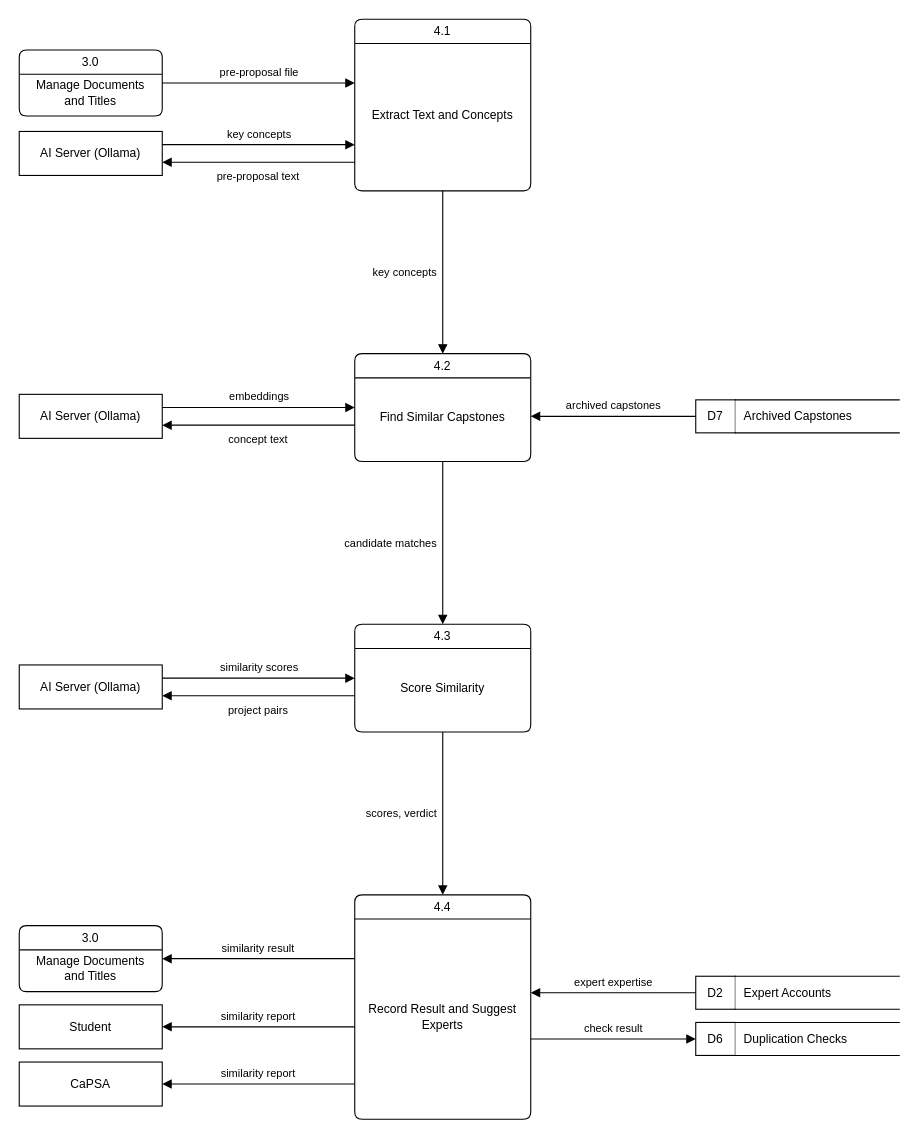
Before: page "DFD Level 1 - 4.0 Check Duplication" (7 of 15) of docs/diagrams/capstrack-diagrams-all.drawio in M21thony/capstrack, a draw.io diagram. Source tidied: cells renumbered, new cells numbered last; positions are measured from the earlier drawing's top-left corner, leaving out a move shared by most shapes. Both pictures are drawn from the tidied source at 110%, with x=0, y=0 at pixel (19, 19).
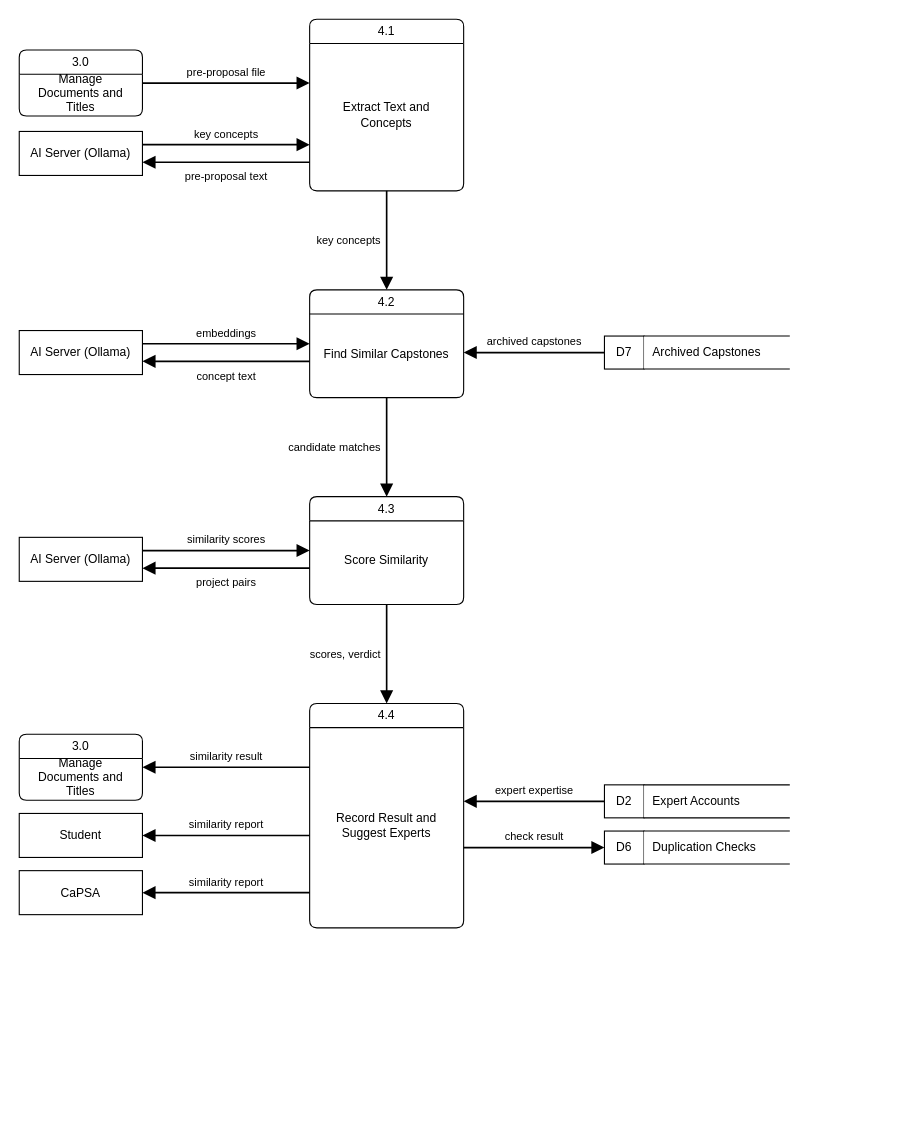
The same diagram, later.

Change to the diagram source:
```diff
@@
     <mxCell id="2" value="4.1" style="swimlane;shape=swimlane;rounded=1;arcSize=10;startSize=22;html=1;whiteSpace=wrap;fillColor=#ffffff;swimlaneFillColor=#ffffff;fontStyle=0;fontSize=11;strokeColor=#000000;fontFamily=Helvetica;fontColor=#000000;" parent="1" vertex="1">
-      <mxGeometry x="305" width="160" height="156" as="geometry" />
+      <mxGeometry x="264" width="140" height="156" as="geometry" />
     </mxCell>
     <mxCell id="3" value="Extract Text and Concepts" style="text;html=1;strokeColor=none;fillColor=none;align=center;verticalAlign=middle;whiteSpace=wrap;fontSize=11;fontFamily=Helvetica;fontColor=#000000;" parent="2" vertex="1">
-      <mxGeometry x="6" y="22" width="148" height="130" as="geometry" />
+      <mxGeometry x="6" y="22" width="128" height="130" as="geometry" />
     </mxCell>
     <mxCell id="4" value="3.0" style="swimlane;shape=swimlane;rounded=1;arcSize=10;startSize=22;html=1;whiteSpace=wrap;fillColor=#ffffff;swimlaneFillColor=#ffffff;fontStyle=0;fontSize=11;strokeColor=#000000;fontFamily=Helvetica;fontColor=#000000;" parent="1" vertex="1">
-      <mxGeometry y="28" width="130" height="60" as="geometry" />
+      <mxGeometry y="28" width="112" height="60" as="geometry" />
     </mxCell>
     <mxCell id="5" value="Manage Documents and Titles" style="text;html=1;strokeColor=none;fillColor=none;align=center;verticalAlign=middle;whiteSpace=wrap;fontSize=11;fontFamily=Helvetica;fontColor=#000000;" parent="4" vertex="1">
-      <mxGeometry x="6" y="22" width="118" height="34" as="geometry" />
+      <mxGeometry x="6" y="22" width="100" height="34" as="geometry" />
     </mxCell>
-    <mxCell id="6" value="pre-proposal file" style="edgeStyle=orthogonalEdgeStyle;rounded=0;html=1;endArrow=block;endFill=1;endSize=6;startArrow=none;strokeColor=#000000;fontFamily=Helvetica;fontColor=#000000;fontSize=10;labelBackgroundColor=#ffffff;verticalAlign=bottom;exitX=1;exitY=0.5;exitDx=0;exitDy=0;entryX=0;entryY=0.371795;entryDx=0;entryDy=0;" parent="1" edge="1" source="4" target="2">
+    <mxCell id="6" value="pre-proposal file" style="edgeStyle=orthogonalEdgeStyle;rounded=0;html=1;endArrow=block;endFill=1;endSize=8;strokeWidth=1.5;startArrow=none;strokeColor=#000000;fontFamily=Helvetica;fontColor=#000000;fontSize=10;labelBackgroundColor=#ffffff;verticalAlign=bottom;exitX=1;exitY=0.5;exitDx=0;exitDy=0;entryX=0;entryY=0.371795;entryDx=0;entryDy=0;" parent="1" edge="1" source="4" target="2">
       <mxGeometry relative="1" as="geometry">
         <mxPoint y="-1" as="offset" />
       </mxGeometry>
     </mxCell>
     <mxCell id="7" value="AI Server (Ollama)" style="rounded=0;whiteSpace=wrap;html=1;fillColor=#ffffff;fontSize=11;strokeColor=#000000;fontFamily=Helvetica;fontColor=#000000;" parent="1" vertex="1">
-      <mxGeometry y="102" width="130" height="40" as="geometry" />
+      <mxGeometry y="102" width="112" height="40" as="geometry" />
     </mxCell>
-    <mxCell id="8" value="key concepts" style="edgeStyle=orthogonalEdgeStyle;rounded=0;html=1;endArrow=block;endFill=1;endSize=6;startArrow=none;strokeColor=#000000;fontFamily=Helvetica;fontColor=#000000;fontSize=10;labelBackgroundColor=#ffffff;verticalAlign=bottom;exitX=1;exitY=0.3;exitDx=0;exitDy=0;entryX=0;entryY=0.730769;entryDx=0;entryDy=0;" parent="1" edge="1" source="7" target="2">
+    <mxCell id="8" value="key concepts" style="edgeStyle=orthogonalEdgeStyle;rounded=0;html=1;endArrow=block;endFill=1;endSize=8;strokeWidth=1.5;startArrow=none;strokeColor=#000000;fontFamily=Helvetica;fontColor=#000000;fontSize=10;labelBackgroundColor=#ffffff;verticalAlign=bottom;exitX=1;exitY=0.3;exitDx=0;exitDy=0;entryX=0;entryY=0.730769;entryDx=0;entryDy=0;" parent="1" edge="1" source="7" target="2">
       <mxGeometry relative="1" as="geometry">
         <mxPoint y="-1" as="offset" />
       </mxGeometry>
     </mxCell>
-    <mxCell id="9" value="pre-proposal text" style="edgeStyle=orthogonalEdgeStyle;rounded=0;html=1;endArrow=block;endFill=1;endSize=6;startArrow=none;strokeColor=#000000;fontFamily=Helvetica;fontColor=#000000;fontSize=10;labelBackgroundColor=#ffffff;verticalAlign=top;exitX=0;exitY=0.833333;exitDx=0;exitDy=0;entryX=1;entryY=0.7;entryDx=0;entryDy=0;" parent="1" edge="1" source="2" target="7">
+    <mxCell id="9" value="pre-proposal text" style="edgeStyle=orthogonalEdgeStyle;rounded=0;html=1;endArrow=block;endFill=1;endSize=8;strokeWidth=1.5;startArrow=none;strokeColor=#000000;fontFamily=Helvetica;fontColor=#000000;fontSize=10;labelBackgroundColor=#ffffff;verticalAlign=top;exitX=0;exitY=0.833333;exitDx=0;exitDy=0;entryX=1;entryY=0.7;entryDx=0;entryDy=0;" parent="1" edge="1" source="2" target="7">
       <mxGeometry relative="1" as="geometry">
         <mxPoint y="1" as="offset" />
       </mxGeometry>
     </mxCell>
     <mxCell id="10" value="4.2" style="swimlane;shape=swimlane;rounded=1;arcSize=10;startSize=22;html=1;whiteSpace=wrap;fillColor=#ffffff;swimlaneFillColor=#ffffff;fontStyle=0;fontSize=11;strokeColor=#000000;fontFamily=Helvetica;fontColor=#000000;" parent="1" vertex="1">
-      <mxGeometry x="305" y="304" width="160" height="98" as="geometry" />
+      <mxGeometry x="264" y="246" width="140" height="98" as="geometry" />
     </mxCell>
     <mxCell id="11" value="Find Similar Capstones" style="text;html=1;strokeColor=none;fillColor=none;align=center;verticalAlign=middle;whiteSpace=wrap;fontSize=11;fontFamily=Helvetica;fontColor=#000000;" parent="10" vertex="1">
-      <mxGeometry x="6" y="22" width="148" height="72" as="geometry" />
+      <mxGeometry x="6" y="22" width="128" height="72" as="geometry" />
     </mxCell>
     <mxCell id="12" value="AI Server (Ollama)" style="rounded=0;whiteSpace=wrap;html=1;fillColor=#ffffff;fontSize=11;strokeColor=#000000;fontFamily=Helvetica;fontColor=#000000;" parent="1" vertex="1">
-      <mxGeometry y="341" width="130" height="40" as="geometry" />
+      <mxGeometry y="283" width="112" height="40" as="geometry" />
     </mxCell>
-    <mxCell id="13" value="embeddings" style="edgeStyle=orthogonalEdgeStyle;rounded=0;html=1;endArrow=block;endFill=1;endSize=6;startArrow=none;strokeColor=#000000;fontFamily=Helvetica;fontColor=#000000;fontSize=10;labelBackgroundColor=#ffffff;verticalAlign=bottom;exitX=1;exitY=0.3;exitDx=0;exitDy=0;entryX=0;entryY=0.5;entryDx=0;entryDy=0;" parent="1" edge="1" source="12" target="10">
+    <mxCell id="13" value="embeddings" style="edgeStyle=orthogonalEdgeStyle;rounded=0;html=1;endArrow=block;endFill=1;endSize=8;strokeWidth=1.5;startArrow=none;strokeColor=#000000;fontFamily=Helvetica;fontColor=#000000;fontSize=10;labelBackgroundColor=#ffffff;verticalAlign=bottom;exitX=1;exitY=0.3;exitDx=0;exitDy=0;entryX=0;entryY=0.5;entryDx=0;entryDy=0;" parent="1" edge="1" source="12" target="10">
       <mxGeometry relative="1" as="geometry">
         <mxPoint y="-1" as="offset" />
       </mxGeometry>
     </mxCell>
-    <mxCell id="14" value="concept text" style="edgeStyle=orthogonalEdgeStyle;rounded=0;html=1;endArrow=block;endFill=1;endSize=6;startArrow=none;strokeColor=#000000;fontFamily=Helvetica;fontColor=#000000;fontSize=10;labelBackgroundColor=#ffffff;verticalAlign=top;exitX=0;exitY=0.663265;exitDx=0;exitDy=0;entryX=1;entryY=0.7;entryDx=0;entryDy=0;" parent="1" edge="1" source="10" target="12">
+    <mxCell id="14" value="concept text" style="edgeStyle=orthogonalEdgeStyle;rounded=0;html=1;endArrow=block;endFill=1;endSize=8;strokeWidth=1.5;startArrow=none;strokeColor=#000000;fontFamily=Helvetica;fontColor=#000000;fontSize=10;labelBackgroundColor=#ffffff;verticalAlign=top;exitX=0;exitY=0.663265;exitDx=0;exitDy=0;entryX=1;entryY=0.7;entryDx=0;entryDy=0;" parent="1" edge="1" source="10" target="12">
       <mxGeometry relative="1" as="geometry">
         <mxPoint y="1" as="offset" />
       </mxGeometry>
     </mxCell>
     <mxCell id="15" style="rounded=0;html=1;fillColor=none;strokeColor=none;" parent="1" vertex="1">
-      <mxGeometry x="615" y="346" width="185" height="30" as="geometry" />
+      <mxGeometry x="532" y="288" width="168" height="30" as="geometry" />
     </mxCell>
@@
     <mxCell id="17" value="Archived Capstones" style="shape=partialRectangle;left=0;right=0;top=1;bottom=1;whiteSpace=wrap;html=1;align=left;spacingLeft=6;fillColor=#ffffff;fontSize=11;strokeColor=#000000;fontFamily=Helvetica;fontColor=#000000;" parent="15" vertex="1">
-      <mxGeometry x="36" width="149" height="30" as="geometry" />
+      <mxGeometry x="36" width="132" height="30" as="geometry" />
     </mxCell>
-    <mxCell id="18" value="archived capstones" style="edgeStyle=orthogonalEdgeStyle;rounded=0;html=1;endArrow=block;endFill=1;endSize=6;startArrow=none;strokeColor=#000000;fontFamily=Helvetica;fontColor=#000000;fontSize=10;labelBackgroundColor=#ffffff;verticalAlign=bottom;exitX=0;exitY=0.5;exitDx=0;exitDy=0;entryX=1;entryY=0.581633;entryDx=0;entryDy=0;" parent="1" edge="1" source="15" target="10">
+    <mxCell id="18" value="archived capstones" style="edgeStyle=orthogonalEdgeStyle;rounded=0;html=1;endArrow=block;endFill=1;endSize=8;strokeWidth=1.5;startArrow=none;strokeColor=#000000;fontFamily=Helvetica;fontColor=#000000;fontSize=10;labelBackgroundColor=#ffffff;verticalAlign=bottom;exitX=0;exitY=0.5;exitDx=0;exitDy=0;entryX=1;entryY=0.581633;entryDx=0;entryDy=0;" parent="1" edge="1" source="15" target="10">
       <mxGeometry relative="1" as="geometry">
         <mxPoint y="-1" as="offset" />
       </mxGeometry>
     </mxCell>
     <mxCell id="19" value="4.3" style="swimlane;shape=swimlane;rounded=1;arcSize=10;startSize=22;html=1;whiteSpace=wrap;fillColor=#ffffff;swimlaneFillColor=#ffffff;fontStyle=0;fontSize=11;strokeColor=#000000;fontFamily=Helvetica;fontColor=#000000;" parent="1" vertex="1">
-      <mxGeometry x="305" y="550" width="160" height="98" as="geometry" />
+      <mxGeometry x="264" y="434" width="140" height="98" as="geometry" />
     </mxCell>
     <mxCell id="20" value="Score Similarity" style="text;html=1;strokeColor=none;fillColor=none;align=center;verticalAlign=middle;whiteSpace=wrap;fontSize=11;fontFamily=Helvetica;fontColor=#000000;" parent="19" vertex="1">
-      <mxGeometry x="6" y="22" width="148" height="72" as="geometry" />
+      <mxGeometry x="6" y="22" width="128" height="72" as="geometry" />
     </mxCell>
     <mxCell id="21" value="AI Server (Ollama)" style="rounded=0;whiteSpace=wrap;html=1;fillColor=#ffffff;fontSize=11;strokeColor=#000000;fontFamily=Helvetica;fontColor=#000000;" parent="1" vertex="1">
-      <mxGeometry y="587" width="130" height="40" as="geometry" />
+      <mxGeometry y="471" width="112" height="40" as="geometry" />
     </mxCell>
-    <mxCell id="22" value="similarity scores" style="edgeStyle=orthogonalEdgeStyle;rounded=0;html=1;endArrow=block;endFill=1;endSize=6;startArrow=none;strokeColor=#000000;fontFamily=Helvetica;fontColor=#000000;fontSize=10;labelBackgroundColor=#ffffff;verticalAlign=bottom;exitX=1;exitY=0.3;exitDx=0;exitDy=0;entryX=0;entryY=0.5;entryDx=0;entryDy=0;" parent="1" edge="1" source="21" target="19">
+    <mxCell id="22" value="similarity scores" style="edgeStyle=orthogonalEdgeStyle;rounded=0;html=1;endArrow=block;endFill=1;endSize=8;strokeWidth=1.5;startArrow=none;strokeColor=#000000;fontFamily=Helvetica;fontColor=#000000;fontSize=10;labelBackgroundColor=#ffffff;verticalAlign=bottom;exitX=1;exitY=0.3;exitDx=0;exitDy=0;entryX=0;entryY=0.5;entryDx=0;entryDy=0;" parent="1" edge="1" source="21" target="19">
       <mxGeometry relative="1" as="geometry">
         <mxPoint y="-1" as="offset" />
       </mxGeometry>
     </mxCell>
-    <mxCell id="23" value="project pairs" style="edgeStyle=orthogonalEdgeStyle;rounded=0;html=1;endArrow=block;endFill=1;endSize=6;startArrow=none;strokeColor=#000000;fontFamily=Helvetica;fontColor=#000000;fontSize=10;labelBackgroundColor=#ffffff;verticalAlign=top;exitX=0;exitY=0.663265;exitDx=0;exitDy=0;entryX=1;entryY=0.7;entryDx=0;entryDy=0;" parent="1" edge="1" source="19" target="21">
+    <mxCell id="23" value="project pairs" style="edgeStyle=orthogonalEdgeStyle;rounded=0;html=1;endArrow=block;endFill=1;endSize=8;strokeWidth=1.5;startArrow=none;strokeColor=#000000;fontFamily=Helvetica;fontColor=#000000;fontSize=10;labelBackgroundColor=#ffffff;verticalAlign=top;exitX=0;exitY=0.663265;exitDx=0;exitDy=0;entryX=1;entryY=0.7;entryDx=0;entryDy=0;" parent="1" edge="1" source="19" target="21">
       <mxGeometry relative="1" as="geometry">
         <mxPoint y="1" as="offset" />
       </mxGeometry>
     </mxCell>
     <mxCell id="24" value="4.4" style="swimlane;shape=swimlane;rounded=1;arcSize=10;startSize=22;html=1;whiteSpace=wrap;fillColor=#ffffff;swimlaneFillColor=#ffffff;fontStyle=0;fontSize=11;strokeColor=#000000;fontFamily=Helvetica;fontColor=#000000;" parent="1" vertex="1">
-      <mxGeometry x="305" y="796" width="160" height="204" as="geometry" />
+      <mxGeometry x="264" y="622" width="140" height="204" as="geometry" />
     </mxCell>
     <mxCell id="25" value="Record Result and Suggest Experts" style="text;html=1;strokeColor=none;fillColor=none;align=center;verticalAlign=middle;whiteSpace=wrap;fontSize=11;fontFamily=Helvetica;fontColor=#000000;" parent="24" vertex="1">
-      <mxGeometry x="6" y="22" width="148" height="178" as="geometry" />
+      <mxGeometry x="6" y="22" width="128" height="178" as="geometry" />
     </mxCell>
     <mxCell id="26" value="3.0" style="swimlane;shape=swimlane;rounded=1;arcSize=10;startSize=22;html=1;whiteSpace=wrap;fillColor=#ffffff;swimlaneFillColor=#ffffff;fontStyle=0;fontSize=11;strokeColor=#000000;fontFamily=Helvetica;fontColor=#000000;" parent="1" vertex="1">
-      <mxGeometry y="824" width="130" height="60" as="geometry" />
+      <mxGeometry y="650" width="112" height="60" as="geometry" />
     </mxCell>
     <mxCell id="27" value="Manage Documents and Titles" style="text;html=1;strokeColor=none;fillColor=none;align=center;verticalAlign=middle;whiteSpace=wrap;fontSize=11;fontFamily=Helvetica;fontColor=#000000;" parent="26" vertex="1">
-      <mxGeometry x="6" y="22" width="118" height="34" as="geometry" />
+      <mxGeometry x="6" y="22" width="100" height="34" as="geometry" />
     </mxCell>
-    <mxCell id="28" value="similarity result" style="edgeStyle=orthogonalEdgeStyle;rounded=0;html=1;endArrow=block;endFill=1;endSize=6;startArrow=none;strokeColor=#000000;fontFamily=Helvetica;fontColor=#000000;fontSize=10;labelBackgroundColor=#ffffff;verticalAlign=bottom;exitX=0;exitY=0.284314;exitDx=0;exitDy=0;entryX=1;entryY=0.5;entryDx=0;entryDy=0;" parent="1" edge="1" source="24" target="26">
+    <mxCell id="28" value="similarity result" style="edgeStyle=orthogonalEdgeStyle;rounded=0;html=1;endArrow=block;endFill=1;endSize=8;strokeWidth=1.5;startArrow=none;strokeColor=#000000;fontFamily=Helvetica;fontColor=#000000;fontSize=10;labelBackgroundColor=#ffffff;verticalAlign=bottom;exitX=0;exitY=0.284314;exitDx=0;exitDy=0;entryX=1;entryY=0.5;entryDx=0;entryDy=0;" parent="1" edge="1" source="24" target="26">
       <mxGeometry relative="1" as="geometry">
         <mxPoint y="-1" as="offset" />
       </mxGeometry>
     </mxCell>
     <mxCell id="29" value="Student" style="rounded=0;whiteSpace=wrap;html=1;fillColor=#ffffff;fontSize=11;strokeColor=#000000;fontFamily=Helvetica;fontColor=#000000;" parent="1" vertex="1">
-      <mxGeometry y="896" width="130" height="40" as="geometry" />
+      <mxGeometry y="722" width="112" height="40" as="geometry" />
     </mxCell>
-    <mxCell id="30" value="similarity report" style="edgeStyle=orthogonalEdgeStyle;rounded=0;html=1;endArrow=block;endFill=1;endSize=6;startArrow=none;strokeColor=#000000;fontFamily=Helvetica;fontColor=#000000;fontSize=10;labelBackgroundColor=#ffffff;verticalAlign=bottom;exitX=0;exitY=0.588235;exitDx=0;exitDy=0;entryX=1;entryY=0.5;entryDx=0;entryDy=0;" parent="1" edge="1" source="24" target="29">
+    <mxCell id="30" value="similarity report" style="edgeStyle=orthogonalEdgeStyle;rounded=0;html=1;endArrow=block;endFill=1;endSize=8;strokeWidth=1.5;startArrow=none;strokeColor=#000000;fontFamily=Helvetica;fontColor=#000000;fontSize=10;labelBackgroundColor=#ffffff;verticalAlign=bottom;exitX=0;exitY=0.588235;exitDx=0;exitDy=0;entryX=1;entryY=0.5;entryDx=0;entryDy=0;" parent="1" edge="1" source="24" target="29">
       <mxGeometry relative="1" as="geometry">
         <mxPoint y="-1" as="offset" />
       </mxGeometry>
     </mxCell>
     <mxCell id="31" value="CaPSA" style="rounded=0;whiteSpace=wrap;html=1;fillColor=#ffffff;fontSize=11;strokeColor=#000000;fontFamily=Helvetica;fontColor=#000000;" parent="1" vertex="1">
-      <mxGeometry y="948" width="130" height="40" as="geometry" />
+      <mxGeometry y="774" width="112" height="40" as="geometry" />
     </mxCell>
-    <mxCell id="32" value="similarity report" style="edgeStyle=orthogonalEdgeStyle;rounded=0;html=1;endArrow=block;endFill=1;endSize=6;startArrow=none;strokeColor=#000000;fontFamily=Helvetica;fontColor=#000000;fontSize=10;labelBackgroundColor=#ffffff;verticalAlign=bottom;exitX=0;exitY=0.843137;exitDx=0;exitDy=0;entryX=1;entryY=0.5;entryDx=0;entryDy=0;" parent="1" edge="1" source="24" target="31">
+    <mxCell id="32" value="similarity report" style="edgeStyle=orthogonalEdgeStyle;rounded=0;html=1;endArrow=block;endFill=1;endSize=8;strokeWidth=1.5;startArrow=none;strokeColor=#000000;fontFamily=Helvetica;fontColor=#000000;fontSize=10;labelBackgroundColor=#ffffff;verticalAlign=bottom;exitX=0;exitY=0.843137;exitDx=0;exitDy=0;entryX=1;entryY=0.5;entryDx=0;entryDy=0;" parent="1" edge="1" source="24" target="31">
       <mxGeometry relative="1" as="geometry">
         <mxPoint y="-1" as="offset" />
       </mxGeometry>
     </mxCell>
     <mxCell id="33" style="rounded=0;html=1;fillColor=none;strokeColor=none;" parent="1" vertex="1">
-      <mxGeometry x="615" y="870" width="185" height="30" as="geometry" />
+      <mxGeometry x="532" y="696" width="168" height="30" as="geometry" />
     </mxCell>
@@
     <mxCell id="35" value="Expert Accounts" style="shape=partialRectangle;left=0;right=0;top=1;bottom=1;whiteSpace=wrap;html=1;align=left;spacingLeft=6;fillColor=#ffffff;fontSize=11;strokeColor=#000000;fontFamily=Helvetica;fontColor=#000000;" parent="33" vertex="1">
-      <mxGeometry x="36" width="149" height="30" as="geometry" />
+      <mxGeometry x="36" width="132" height="30" as="geometry" />
     </mxCell>
-    <mxCell id="36" value="expert expertise" style="edgeStyle=orthogonalEdgeStyle;rounded=0;html=1;endArrow=block;endFill=1;endSize=6;startArrow=none;strokeColor=#000000;fontFamily=Helvetica;fontColor=#000000;fontSize=10;labelBackgroundColor=#ffffff;verticalAlign=bottom;exitX=0;exitY=0.5;exitDx=0;exitDy=0;entryX=1;entryY=0.436275;entryDx=0;entryDy=0;" parent="1" edge="1" source="33" target="24">
+    <mxCell id="36" value="expert expertise" style="edgeStyle=orthogonalEdgeStyle;rounded=0;html=1;endArrow=block;endFill=1;endSize=8;strokeWidth=1.5;startArrow=none;strokeColor=#000000;fontFamily=Helvetica;fontColor=#000000;fontSize=10;labelBackgroundColor=#ffffff;verticalAlign=bottom;exitX=0;exitY=0.5;exitDx=0;exitDy=0;entryX=1;entryY=0.436275;entryDx=0;entryDy=0;" parent="1" edge="1" source="33" target="24">
       <mxGeometry relative="1" as="geometry">
         <mxPoint y="-1" as="offset" />
       </mxGeometry>
     </mxCell>
     <mxCell id="37" style="rounded=0;html=1;fillColor=none;strokeColor=none;" parent="1" vertex="1">
-      <mxGeometry x="615" y="912" width="185" height="30" as="geometry" />
+      <mxGeometry x="532" y="738" width="168" height="30" as="geometry" />
     </mxCell>
@@
     <mxCell id="39" value="Duplication Checks" style="shape=partialRectangle;left=0;right=0;top=1;bottom=1;whiteSpace=wrap;html=1;align=left;spacingLeft=6;fillColor=#ffffff;fontSize=11;strokeColor=#000000;fontFamily=Helvetica;fontColor=#000000;" parent="37" vertex="1">
-      <mxGeometry x="36" width="149" height="30" as="geometry" />
+      <mxGeometry x="36" width="132" height="30" as="geometry" />
     </mxCell>
-    <mxCell id="40" value="check result" style="edgeStyle=orthogonalEdgeStyle;rounded=0;html=1;endArrow=block;endFill=1;endSize=6;startArrow=none;strokeColor=#000000;fontFamily=Helvetica;fontColor=#000000;fontSize=10;labelBackgroundColor=#ffffff;verticalAlign=bottom;exitX=1;exitY=0.642157;exitDx=0;exitDy=0;entryX=0;entryY=0.5;entryDx=0;entryDy=0;" parent="1" edge="1" source="24" target="37">
+    <mxCell id="40" value="check result" style="edgeStyle=orthogonalEdgeStyle;rounded=0;html=1;endArrow=block;endFill=1;endSize=8;strokeWidth=1.5;startArrow=none;strokeColor=#000000;fontFamily=Helvetica;fontColor=#000000;fontSize=10;labelBackgroundColor=#ffffff;verticalAlign=bottom;exitX=1;exitY=0.642157;exitDx=0;exitDy=0;entryX=0;entryY=0.5;entryDx=0;entryDy=0;" parent="1" edge="1" source="24" target="37">
       <mxGeometry relative="1" as="geometry">
         <mxPoint y="-1" as="offset" />
       </mxGeometry>
     </mxCell>
-    <mxCell id="41" value="key concepts" style="edgeStyle=orthogonalEdgeStyle;rounded=0;html=1;endArrow=block;endFill=1;endSize=6;startArrow=none;strokeColor=#000000;fontFamily=Helvetica;fontColor=#000000;fontSize=10;labelBackgroundColor=#ffffff;align=right;exitX=0.5;exitY=1;exitDx=0;exitDy=0;entryX=0.5;entryY=0;entryDx=0;entryDy=0;" parent="1" edge="1" source="2" target="10">
+    <mxCell id="41" value="key concepts" style="edgeStyle=orthogonalEdgeStyle;rounded=0;html=1;endArrow=block;endFill=1;endSize=8;strokeWidth=1.5;startArrow=none;strokeColor=#000000;fontFamily=Helvetica;fontColor=#000000;fontSize=10;labelBackgroundColor=#ffffff;align=right;exitX=0.5;exitY=1;exitDx=0;exitDy=0;entryX=0.5;entryY=0;entryDx=0;entryDy=0;" parent="1" edge="1" source="2" target="10">
       <mxGeometry relative="1" as="geometry">
         <mxPoint x="-4" as="offset" />
       </mxGeometry>
     </mxCell>
-    <mxCell id="42" value="candidate matches" style="edgeStyle=orthogonalEdgeStyle;rounded=0;html=1;endArrow=block;endFill=1;endSize=6;startArrow=none;strokeColor=#000000;fontFamily=Helvetica;fontColor=#000000;fontSize=10;labelBackgroundColor=#ffffff;align=right;exitX=0.5;exitY=1;exitDx=0;exitDy=0;entryX=0.5;entryY=0;entryDx=0;entryDy=0;" parent="1" edge="1" source="10" target="19">
+    <mxCell id="42" value="candidate matches" style="edgeStyle=orthogonalEdgeStyle;rounded=0;html=1;endArrow=block;endFill=1;endSize=8;strokeWidth=1.5;startArrow=none;strokeColor=#000000;fontFamily=Helvetica;fontColor=#000000;fontSize=10;labelBackgroundColor=#ffffff;align=right;exitX=0.5;exitY=1;exitDx=0;exitDy=0;entryX=0.5;entryY=0;entryDx=0;entryDy=0;" parent="1" edge="1" source="10" target="19">
       <mxGeometry relative="1" as="geometry">
         <mxPoint x="-4" as="offset" />
       </mxGeometry>
     </mxCell>
-    <mxCell id="43" value="scores, verdict" style="edgeStyle=orthogonalEdgeStyle;rounded=0;html=1;endArrow=block;endFill=1;endSize=6;startArrow=none;strokeColor=#000000;fontFamily=Helvetica;fontColor=#000000;fontSize=10;labelBackgroundColor=#ffffff;align=right;exitX=0.5;exitY=1;exitDx=0;exitDy=0;entryX=0.5;entryY=0;entryDx=0;entryDy=0;" parent="1" edge="1" source="19" target="24">
+    <mxCell id="43" value="scores, verdict" style="edgeStyle=orthogonalEdgeStyle;rounded=0;html=1;endArrow=block;endFill=1;endSize=8;strokeWidth=1.5;startArrow=none;strokeColor=#000000;fontFamily=Helvetica;fontColor=#000000;fontSize=10;labelBackgroundColor=#ffffff;align=right;exitX=0.5;exitY=1;exitDx=0;exitDy=0;entryX=0.5;entryY=0;entryDx=0;entryDy=0;" parent="1" edge="1" source="19" target="24">
       <mxGeometry relative="1" as="geometry">
         <mxPoint x="-4" as="offset" />
       </mxGeometry>
     </mxCell>
```
